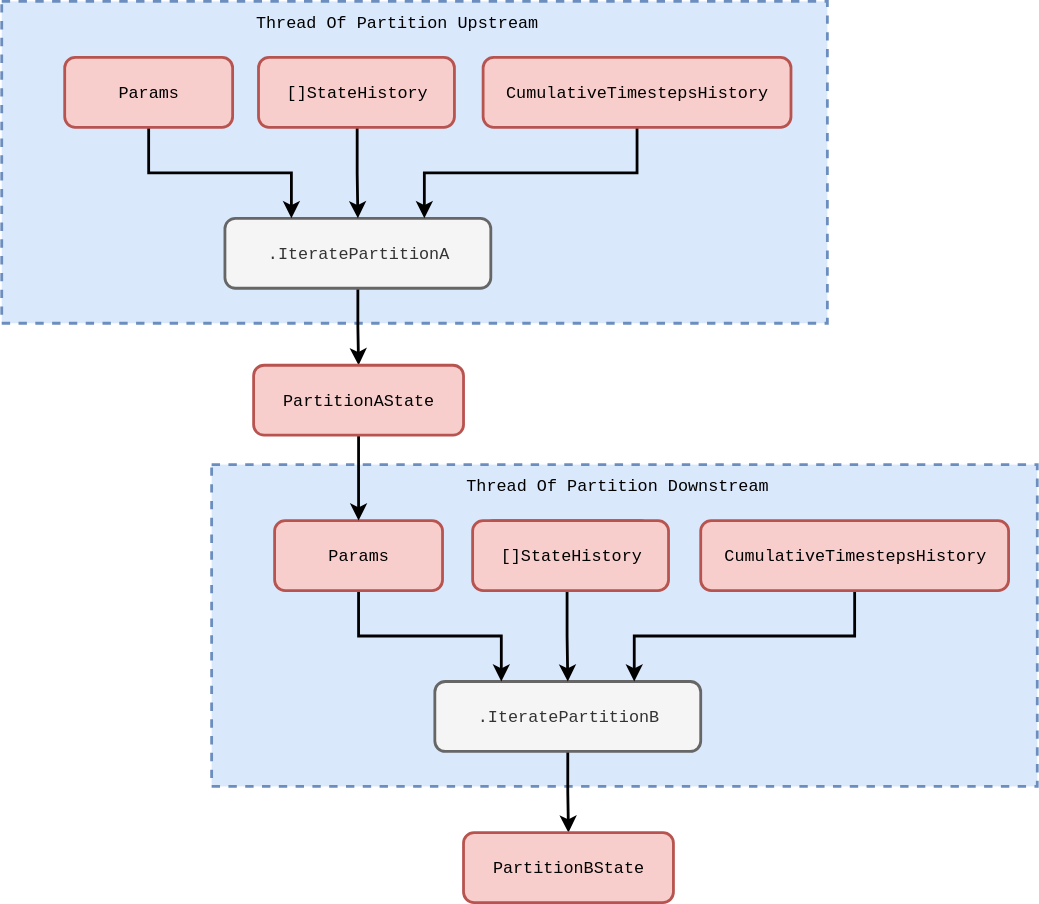
The draw.io diagram assets/diagramming_the_stochadex_project/stochadex-parallel-serial.svg in umbralcalc/umbralcalc.github.io, before a commit. Source tidied: cells renumbered, new cells last; positions are measured from the earlier drawing's top-left corner, leaving out a move shared by most shapes.
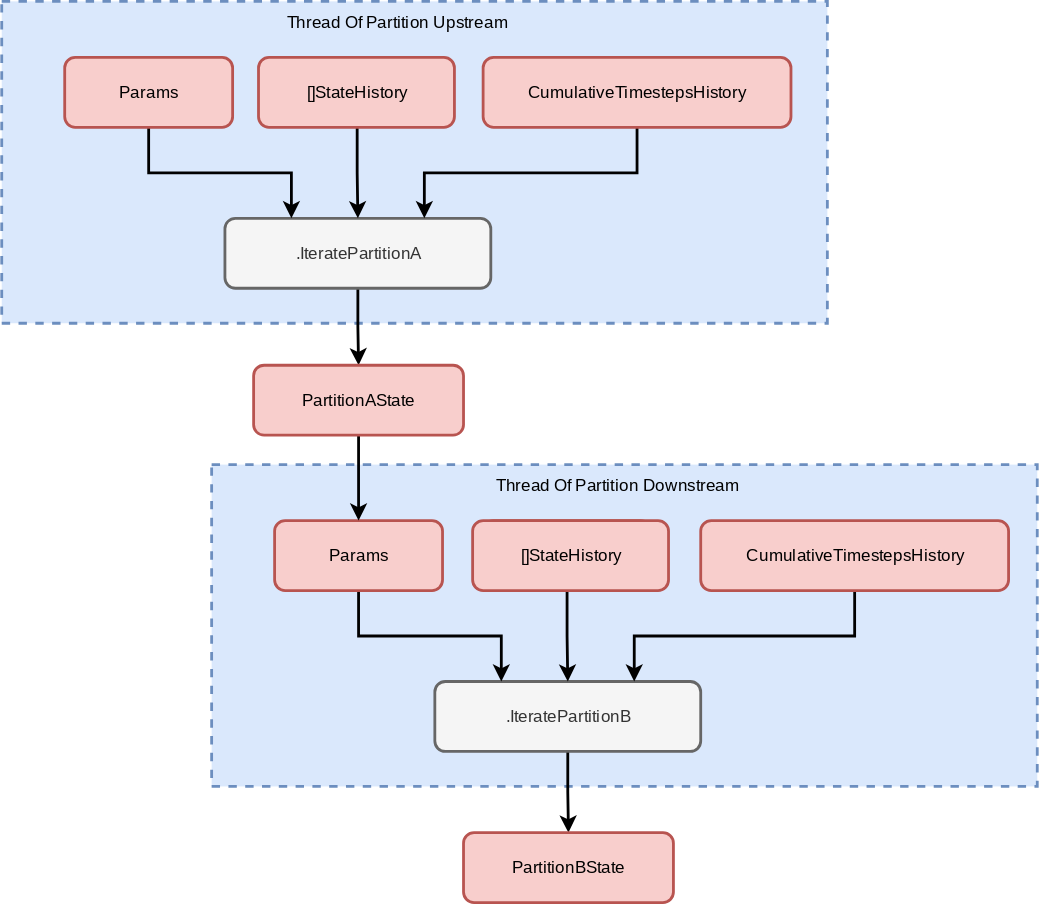
Above is the later version.

What changed in the source:
```diff
@@ -2,78 +2,78 @@
   <root>
     <mxCell id="0" />
     <mxCell id="1" parent="0" />
-    <mxCell id="2" style="rounded=0;whiteSpace=wrap;html=1;dashed=1;strokeWidth=2;fillColor=#dae8fc;strokeColor=#6c8ebf;" parent="1" vertex="1">
+    <mxCell id="2" style="rounded=0;whiteSpace=wrap;html=1;dashed=1;strokeWidth=2;fillColor=#dae8fc;strokeColor=#6c8ebf;fontFamily=Cousine;fontSource=https%3A%2F%2Ffonts.googleapis.com%2Fcss2%3Ffamily%3DCourier%2BPrime%3Aital%2Cwght%400%2C400%3B0%2C700%3B1%2C400%3B1%2C700%26family%3DCousine%3Aital%2Cwght%400%2C400%3B0%2C700%3B1%2C400%3B1%2C700%26family%3DShadows%2BInto%2BLight%26display%3Dswap;" parent="1" vertex="1">
       <mxGeometry x="150" y="331" width="590" height="230" as="geometry" />
     </mxCell>
-    <mxCell id="3" style="edgeStyle=orthogonalEdgeStyle;rounded=0;jettySize=auto;html=1;strokeWidth=2;" parent="1" edge="1" source="4" target="8">
+    <mxCell id="3" style="edgeStyle=orthogonalEdgeStyle;rounded=0;jettySize=auto;html=1;strokeWidth=2;fontFamily=Cousine;fontSource=https%3A%2F%2Ffonts.googleapis.com%2Fcss2%3Ffamily%3DCourier%2BPrime%3Aital%2Cwght%400%2C400%3B0%2C700%3B1%2C400%3B1%2C700%26family%3DCousine%3Aital%2Cwght%400%2C400%3B0%2C700%3B1%2C400%3B1%2C700%26family%3DShadows%2BInto%2BLight%26display%3Dswap;" parent="1" edge="1" source="4" target="8">
       <mxGeometry relative="1" as="geometry" />
     </mxCell>
-    <mxCell id="4" value="&lt;font face=&quot;Courier New&quot;&gt;.IteratePartitionB&lt;/font&gt;" style="rounded=1;whiteSpace=wrap;html=1;strokeWidth=2;fillColor=#f5f5f5;fontColor=#333333;strokeColor=#666666;" parent="1" vertex="1">
+    <mxCell id="4" value="&lt;font&gt;.IteratePartitionB&lt;/font&gt;" style="rounded=1;whiteSpace=wrap;html=1;strokeWidth=2;fillColor=#f5f5f5;fontColor=#333333;strokeColor=#666666;fontFamily=Cousine;fontSource=https%3A%2F%2Ffonts.googleapis.com%2Fcss2%3Ffamily%3DCourier%2BPrime%3Aital%2Cwght%400%2C400%3B0%2C700%3B1%2C400%3B1%2C700%26family%3DCousine%3Aital%2Cwght%400%2C400%3B0%2C700%3B1%2C400%3B1%2C700%26family%3DShadows%2BInto%2BLight%26display%3Dswap;" parent="1" vertex="1">
       <mxGeometry x="309.5" y="486" width="190" height="50" as="geometry" />
     </mxCell>
-    <mxCell id="5" style="edgeStyle=orthogonalEdgeStyle;rounded=0;jettySize=auto;html=1;entryX=0.25;entryY=0;entryDx=0;entryDy=0;strokeWidth=2;" parent="1" edge="1" source="6" target="4">
+    <mxCell id="5" style="edgeStyle=orthogonalEdgeStyle;rounded=0;jettySize=auto;html=1;entryX=0.25;entryY=0;entryDx=0;entryDy=0;strokeWidth=2;fontFamily=Cousine;fontSource=https%3A%2F%2Ffonts.googleapis.com%2Fcss2%3Ffamily%3DCourier%2BPrime%3Aital%2Cwght%400%2C400%3B0%2C700%3B1%2C400%3B1%2C700%26family%3DCousine%3Aital%2Cwght%400%2C400%3B0%2C700%3B1%2C400%3B1%2C700%26family%3DShadows%2BInto%2BLight%26display%3Dswap;" parent="1" edge="1" source="6" target="4">
       <mxGeometry relative="1" as="geometry" />
     </mxCell>
-    <mxCell id="6" value="&lt;font face=&quot;Courier New&quot;&gt;Params&lt;/font&gt;" style="rounded=1;whiteSpace=wrap;html=1;strokeWidth=2;fillColor=#f8cecc;strokeColor=#b85450;" parent="1" vertex="1">
+    <mxCell id="6" value="&lt;font&gt;Params&lt;/font&gt;" style="rounded=1;whiteSpace=wrap;html=1;strokeWidth=2;fillColor=#f8cecc;strokeColor=#b85450;fontFamily=Cousine;fontSource=https%3A%2F%2Ffonts.googleapis.com%2Fcss2%3Ffamily%3DCourier%2BPrime%3Aital%2Cwght%400%2C400%3B0%2C700%3B1%2C400%3B1%2C700%26family%3DCousine%3Aital%2Cwght%400%2C400%3B0%2C700%3B1%2C400%3B1%2C700%26family%3DShadows%2BInto%2BLight%26display%3Dswap;" parent="1" vertex="1">
       <mxGeometry x="195" y="371" width="120" height="50" as="geometry" />
     </mxCell>
-    <mxCell id="7" style="edgeStyle=orthogonalEdgeStyle;rounded=0;jettySize=auto;html=1;strokeWidth=2;exitX=0.5;exitY=1;exitDx=0;exitDy=0;" parent="1" edge="1" source="17" target="6">
+    <mxCell id="7" style="edgeStyle=orthogonalEdgeStyle;rounded=0;jettySize=auto;html=1;strokeWidth=2;exitX=0.5;exitY=1;exitDx=0;exitDy=0;fontFamily=Cousine;fontSource=https%3A%2F%2Ffonts.googleapis.com%2Fcss2%3Ffamily%3DCourier%2BPrime%3Aital%2Cwght%400%2C400%3B0%2C700%3B1%2C400%3B1%2C700%26family%3DCousine%3Aital%2Cwght%400%2C400%3B0%2C700%3B1%2C400%3B1%2C700%26family%3DShadows%2BInto%2BLight%26display%3Dswap;" parent="1" edge="1" source="17" target="6">
       <mxGeometry relative="1" as="geometry" />
     </mxCell>
-    <mxCell id="8" value="&lt;font face=&quot;Courier New&quot;&gt;PartitionBState&lt;/font&gt;" style="rounded=1;whiteSpace=wrap;html=1;strokeWidth=2;fillColor=#f8cecc;strokeColor=#b85450;" parent="1" vertex="1">
+    <mxCell id="8" value="&lt;font&gt;PartitionBState&lt;/font&gt;" style="rounded=1;whiteSpace=wrap;html=1;strokeWidth=2;fillColor=#f8cecc;strokeColor=#b85450;fontFamily=Cousine;fontSource=https%3A%2F%2Ffonts.googleapis.com%2Fcss2%3Ffamily%3DCourier%2BPrime%3Aital%2Cwght%400%2C400%3B0%2C700%3B1%2C400%3B1%2C700%26family%3DCousine%3Aital%2Cwght%400%2C400%3B0%2C700%3B1%2C400%3B1%2C700%26family%3DShadows%2BInto%2BLight%26display%3Dswap;" parent="1" vertex="1">
       <mxGeometry x="330" y="594" width="150" height="50" as="geometry" />
     </mxCell>
-    <mxCell id="9" style="edgeStyle=orthogonalEdgeStyle;rounded=0;jettySize=auto;html=1;entryX=0.5;entryY=0;entryDx=0;entryDy=0;strokeWidth=2;" parent="1" edge="1" source="10" target="4">
+    <mxCell id="9" style="edgeStyle=orthogonalEdgeStyle;rounded=0;jettySize=auto;html=1;entryX=0.5;entryY=0;entryDx=0;entryDy=0;strokeWidth=2;fontFamily=Cousine;fontSource=https%3A%2F%2Ffonts.googleapis.com%2Fcss2%3Ffamily%3DCourier%2BPrime%3Aital%2Cwght%400%2C400%3B0%2C700%3B1%2C400%3B1%2C700%26family%3DCousine%3Aital%2Cwght%400%2C400%3B0%2C700%3B1%2C400%3B1%2C700%26family%3DShadows%2BInto%2BLight%26display%3Dswap;" parent="1" edge="1" source="10" target="4">
       <mxGeometry relative="1" as="geometry" />
     </mxCell>
-    <mxCell id="10" value="&lt;font face=&quot;Courier New&quot;&gt;StateHistory&lt;/font&gt;" style="rounded=1;whiteSpace=wrap;html=1;strokeWidth=2;fillColor=#f8cecc;strokeColor=#b85450;" parent="1" vertex="1">
+    <mxCell id="10" value="&lt;font&gt;StateHistory&lt;/font&gt;" style="rounded=1;whiteSpace=wrap;html=1;strokeWidth=2;fillColor=#f8cecc;strokeColor=#b85450;fontFamily=Cousine;fontSource=https%3A%2F%2Ffonts.googleapis.com%2Fcss2%3Ffamily%3DCourier%2BPrime%3Aital%2Cwght%400%2C400%3B0%2C700%3B1%2C400%3B1%2C700%26family%3DCousine%3Aital%2Cwght%400%2C400%3B0%2C700%3B1%2C400%3B1%2C700%26family%3DShadows%2BInto%2BLight%26display%3Dswap;" parent="1" vertex="1">
       <mxGeometry x="344" y="371" width="120" height="50" as="geometry" />
     </mxCell>
-    <mxCell id="11" style="edgeStyle=orthogonalEdgeStyle;rounded=0;jettySize=auto;html=1;entryX=0.75;entryY=0;entryDx=0;entryDy=0;strokeWidth=2;exitX=0.5;exitY=1;exitDx=0;exitDy=0;" parent="1" edge="1" source="24" target="4">
+    <mxCell id="11" style="edgeStyle=orthogonalEdgeStyle;rounded=0;jettySize=auto;html=1;entryX=0.75;entryY=0;entryDx=0;entryDy=0;strokeWidth=2;exitX=0.5;exitY=1;exitDx=0;exitDy=0;fontFamily=Cousine;fontSource=https%3A%2F%2Ffonts.googleapis.com%2Fcss2%3Ffamily%3DCourier%2BPrime%3Aital%2Cwght%400%2C400%3B0%2C700%3B1%2C400%3B1%2C700%26family%3DCousine%3Aital%2Cwght%400%2C400%3B0%2C700%3B1%2C400%3B1%2C700%26family%3DShadows%2BInto%2BLight%26display%3Dswap;" parent="1" edge="1" source="24" target="4">
       <mxGeometry relative="1" as="geometry" />
     </mxCell>
-    <mxCell id="12" style="rounded=0;whiteSpace=wrap;html=1;dashed=1;strokeWidth=2;fillColor=#dae8fc;strokeColor=#6c8ebf;" parent="1" vertex="1">
+    <mxCell id="12" style="rounded=0;whiteSpace=wrap;html=1;dashed=1;strokeWidth=2;fillColor=#dae8fc;strokeColor=#6c8ebf;fontFamily=Cousine;fontSource=https%3A%2F%2Ffonts.googleapis.com%2Fcss2%3Ffamily%3DCourier%2BPrime%3Aital%2Cwght%400%2C400%3B0%2C700%3B1%2C400%3B1%2C700%26family%3DCousine%3Aital%2Cwght%400%2C400%3B0%2C700%3B1%2C400%3B1%2C700%26family%3DShadows%2BInto%2BLight%26display%3Dswap;" parent="1" vertex="1">
       <mxGeometry width="590" height="230" as="geometry" />
     </mxCell>
-    <mxCell id="13" style="edgeStyle=orthogonalEdgeStyle;rounded=0;jettySize=auto;html=1;entryX=0.5;entryY=0;entryDx=0;entryDy=0;strokeWidth=2;" parent="1" edge="1" source="14" target="17">
+    <mxCell id="13" style="edgeStyle=orthogonalEdgeStyle;rounded=0;jettySize=auto;html=1;entryX=0.5;entryY=0;entryDx=0;entryDy=0;strokeWidth=2;fontFamily=Cousine;fontSource=https%3A%2F%2Ffonts.googleapis.com%2Fcss2%3Ffamily%3DCourier%2BPrime%3Aital%2Cwght%400%2C400%3B0%2C700%3B1%2C400%3B1%2C700%26family%3DCousine%3Aital%2Cwght%400%2C400%3B0%2C700%3B1%2C400%3B1%2C700%26family%3DShadows%2BInto%2BLight%26display%3Dswap;" parent="1" edge="1" source="14" target="17">
       <mxGeometry relative="1" as="geometry" />
     </mxCell>
-    <mxCell id="14" value="&lt;font face=&quot;Courier New&quot;&gt;.IteratePartitionA&lt;/font&gt;" style="rounded=1;whiteSpace=wrap;html=1;strokeWidth=2;fillColor=#f5f5f5;fontColor=#333333;strokeColor=#666666;" parent="1" vertex="1">
+    <mxCell id="14" value="&lt;font&gt;.IteratePartitionA&lt;/font&gt;" style="rounded=1;whiteSpace=wrap;html=1;strokeWidth=2;fillColor=#f5f5f5;fontColor=#333333;strokeColor=#666666;fontFamily=Cousine;fontSource=https%3A%2F%2Ffonts.googleapis.com%2Fcss2%3Ffamily%3DCourier%2BPrime%3Aital%2Cwght%400%2C400%3B0%2C700%3B1%2C400%3B1%2C700%26family%3DCousine%3Aital%2Cwght%400%2C400%3B0%2C700%3B1%2C400%3B1%2C700%26family%3DShadows%2BInto%2BLight%26display%3Dswap;" parent="1" vertex="1">
       <mxGeometry x="159.5" y="155" width="190" height="50" as="geometry" />
     </mxCell>
-    <mxCell id="15" style="edgeStyle=orthogonalEdgeStyle;rounded=0;jettySize=auto;html=1;entryX=0.25;entryY=0;entryDx=0;entryDy=0;strokeWidth=2;" parent="1" edge="1" source="16" target="14">
+    <mxCell id="15" style="edgeStyle=orthogonalEdgeStyle;rounded=0;jettySize=auto;html=1;entryX=0.25;entryY=0;entryDx=0;entryDy=0;strokeWidth=2;fontFamily=Cousine;fontSource=https%3A%2F%2Ffonts.googleapis.com%2Fcss2%3Ffamily%3DCourier%2BPrime%3Aital%2Cwght%400%2C400%3B0%2C700%3B1%2C400%3B1%2C700%26family%3DCousine%3Aital%2Cwght%400%2C400%3B0%2C700%3B1%2C400%3B1%2C700%26family%3DShadows%2BInto%2BLight%26display%3Dswap;" parent="1" edge="1" source="16" target="14">
       <mxGeometry relative="1" as="geometry" />
     </mxCell>
-    <mxCell id="16" value="&lt;font face=&quot;Courier New&quot;&gt;Params&lt;/font&gt;" style="rounded=1;whiteSpace=wrap;html=1;strokeWidth=2;fillColor=#f8cecc;strokeColor=#b85450;" parent="1" vertex="1">
+    <mxCell id="16" value="&lt;font&gt;Params&lt;/font&gt;" style="rounded=1;whiteSpace=wrap;html=1;strokeWidth=2;fillColor=#f8cecc;strokeColor=#b85450;fontFamily=Cousine;fontSource=https%3A%2F%2Ffonts.googleapis.com%2Fcss2%3Ffamily%3DCourier%2BPrime%3Aital%2Cwght%400%2C400%3B0%2C700%3B1%2C400%3B1%2C700%26family%3DCousine%3Aital%2Cwght%400%2C400%3B0%2C700%3B1%2C400%3B1%2C700%26family%3DShadows%2BInto%2BLight%26display%3Dswap;" parent="1" vertex="1">
       <mxGeometry x="45" y="40" width="120" height="50" as="geometry" />
     </mxCell>
-    <mxCell id="17" value="&lt;font face=&quot;Courier New&quot;&gt;PartitionAState&lt;/font&gt;" style="rounded=1;whiteSpace=wrap;html=1;strokeWidth=2;fillColor=#f8cecc;strokeColor=#b85450;" parent="1" vertex="1">
+    <mxCell id="17" value="&lt;font&gt;PartitionAState&lt;/font&gt;" style="rounded=1;whiteSpace=wrap;html=1;strokeWidth=2;fillColor=#f8cecc;strokeColor=#b85450;fontFamily=Cousine;fontSource=https%3A%2F%2Ffonts.googleapis.com%2Fcss2%3Ffamily%3DCourier%2BPrime%3Aital%2Cwght%400%2C400%3B0%2C700%3B1%2C400%3B1%2C700%26family%3DCousine%3Aital%2Cwght%400%2C400%3B0%2C700%3B1%2C400%3B1%2C700%26family%3DShadows%2BInto%2BLight%26display%3Dswap;" parent="1" vertex="1">
       <mxGeometry x="180" y="260" width="150" height="50" as="geometry" />
     </mxCell>
-    <mxCell id="18" style="edgeStyle=orthogonalEdgeStyle;rounded=0;jettySize=auto;html=1;entryX=0.5;entryY=0;entryDx=0;entryDy=0;strokeWidth=2;" parent="1" edge="1" target="14">
+    <mxCell id="18" style="edgeStyle=orthogonalEdgeStyle;rounded=0;jettySize=auto;html=1;entryX=0.5;entryY=0;entryDx=0;entryDy=0;strokeWidth=2;fontFamily=Cousine;fontSource=https%3A%2F%2Ffonts.googleapis.com%2Fcss2%3Ffamily%3DCourier%2BPrime%3Aital%2Cwght%400%2C400%3B0%2C700%3B1%2C400%3B1%2C700%26family%3DCousine%3Aital%2Cwght%400%2C400%3B0%2C700%3B1%2C400%3B1%2C700%26family%3DShadows%2BInto%2BLight%26display%3Dswap;" parent="1" edge="1" target="14">
       <mxGeometry relative="1" as="geometry">
         <mxPoint x="254" y="90" as="sourcePoint" />
       </mxGeometry>
     </mxCell>
-    <mxCell id="19" style="edgeStyle=orthogonalEdgeStyle;rounded=0;jettySize=auto;html=1;entryX=0.75;entryY=0;entryDx=0;entryDy=0;strokeWidth=2;exitX=0.5;exitY=1;exitDx=0;exitDy=0;" parent="1" edge="1" source="22" target="14">
+    <mxCell id="19" style="edgeStyle=orthogonalEdgeStyle;rounded=0;jettySize=auto;html=1;entryX=0.75;entryY=0;entryDx=0;entryDy=0;strokeWidth=2;exitX=0.5;exitY=1;exitDx=0;exitDy=0;fontFamily=Cousine;fontSource=https%3A%2F%2Ffonts.googleapis.com%2Fcss2%3Ffamily%3DCourier%2BPrime%3Aital%2Cwght%400%2C400%3B0%2C700%3B1%2C400%3B1%2C700%26family%3DCousine%3Aital%2Cwght%400%2C400%3B0%2C700%3B1%2C400%3B1%2C700%26family%3DShadows%2BInto%2BLight%26display%3Dswap;" parent="1" edge="1" source="22" target="14">
       <mxGeometry relative="1" as="geometry" />
     </mxCell>
-    <mxCell id="20" value="&lt;font face=&quot;Courier New&quot;&gt;Thread Of Partition Upstream&lt;/font&gt;" style="text;html=1;strokeColor=none;fillColor=none;align=center;verticalAlign=middle;whiteSpace=wrap;rounded=0;" parent="1" vertex="1">
+    <mxCell id="20" value="&lt;font&gt;Thread Of Partition Upstream&lt;/font&gt;" style="text;html=1;strokeColor=none;fillColor=none;align=center;verticalAlign=middle;whiteSpace=wrap;rounded=0;fontFamily=Cousine;fontSource=https%3A%2F%2Ffonts.googleapis.com%2Fcss2%3Ffamily%3DCourier%2BPrime%3Aital%2Cwght%400%2C400%3B0%2C700%3B1%2C400%3B1%2C700%26family%3DCousine%3Aital%2Cwght%400%2C400%3B0%2C700%3B1%2C400%3B1%2C700%26family%3DShadows%2BInto%2BLight%26display%3Dswap;" parent="1" vertex="1">
       <mxGeometry x="173.5" width="216.5" height="30" as="geometry" />
     </mxCell>
-    <mxCell id="21" value="&lt;font face=&quot;Courier New&quot;&gt;Thread Of Partition Downstream&lt;/font&gt;" style="text;html=1;strokeColor=none;fillColor=none;align=center;verticalAlign=middle;whiteSpace=wrap;rounded=0;" parent="1" vertex="1">
+    <mxCell id="21" value="&lt;font&gt;Thread Of Partition Downstream&lt;/font&gt;" style="text;html=1;strokeColor=none;fillColor=none;align=center;verticalAlign=middle;whiteSpace=wrap;rounded=0;fontFamily=Cousine;fontSource=https%3A%2F%2Ffonts.googleapis.com%2Fcss2%3Ffamily%3DCourier%2BPrime%3Aital%2Cwght%400%2C400%3B0%2C700%3B1%2C400%3B1%2C700%26family%3DCousine%3Aital%2Cwght%400%2C400%3B0%2C700%3B1%2C400%3B1%2C700%26family%3DShadows%2BInto%2BLight%26display%3Dswap;" parent="1" vertex="1">
       <mxGeometry x="320" y="331" width="240" height="30" as="geometry" />
     </mxCell>
-    <mxCell id="22" value="&lt;font face=&quot;Courier New&quot;&gt;CumulativeTimestepsHistory&lt;/font&gt;" style="rounded=1;whiteSpace=wrap;html=1;strokeWidth=2;fillColor=#f8cecc;strokeColor=#b85450;" parent="1" vertex="1">
+    <mxCell id="22" value="&lt;font&gt;CumulativeTimestepsHistory&lt;/font&gt;" style="rounded=1;whiteSpace=wrap;html=1;strokeWidth=2;fillColor=#f8cecc;strokeColor=#b85450;fontFamily=Cousine;fontSource=https%3A%2F%2Ffonts.googleapis.com%2Fcss2%3Ffamily%3DCourier%2BPrime%3Aital%2Cwght%400%2C400%3B0%2C700%3B1%2C400%3B1%2C700%26family%3DCousine%3Aital%2Cwght%400%2C400%3B0%2C700%3B1%2C400%3B1%2C700%26family%3DShadows%2BInto%2BLight%26display%3Dswap;" parent="1" vertex="1">
       <mxGeometry x="344" y="40" width="220" height="50" as="geometry" />
     </mxCell>
-    <mxCell id="23" value="&lt;font face=&quot;Courier New&quot;&gt;[]StateHistory&lt;/font&gt;" style="rounded=1;whiteSpace=wrap;html=1;strokeWidth=2;fillColor=#f8cecc;strokeColor=#b85450;" parent="1" vertex="1">
+    <mxCell id="23" value="&lt;font&gt;[]StateHistory&lt;/font&gt;" style="rounded=1;whiteSpace=wrap;html=1;strokeWidth=2;fillColor=#f8cecc;strokeColor=#b85450;fontFamily=Cousine;fontSource=https%3A%2F%2Ffonts.googleapis.com%2Fcss2%3Ffamily%3DCourier%2BPrime%3Aital%2Cwght%400%2C400%3B0%2C700%3B1%2C400%3B1%2C700%26family%3DCousine%3Aital%2Cwght%400%2C400%3B0%2C700%3B1%2C400%3B1%2C700%26family%3DShadows%2BInto%2BLight%26display%3Dswap;" parent="1" vertex="1">
       <mxGeometry x="183.5" y="40" width="140" height="50" as="geometry" />
     </mxCell>
-    <mxCell id="24" value="&lt;font face=&quot;Courier New&quot;&gt;CumulativeTimestepsHistory&lt;/font&gt;" style="rounded=1;whiteSpace=wrap;html=1;strokeWidth=2;fillColor=#f8cecc;strokeColor=#b85450;" parent="1" vertex="1">
+    <mxCell id="24" value="&lt;font&gt;CumulativeTimestepsHistory&lt;/font&gt;" style="rounded=1;whiteSpace=wrap;html=1;strokeWidth=2;fillColor=#f8cecc;strokeColor=#b85450;fontFamily=Cousine;fontSource=https%3A%2F%2Ffonts.googleapis.com%2Fcss2%3Ffamily%3DCourier%2BPrime%3Aital%2Cwght%400%2C400%3B0%2C700%3B1%2C400%3B1%2C700%26family%3DCousine%3Aital%2Cwght%400%2C400%3B0%2C700%3B1%2C400%3B1%2C700%26family%3DShadows%2BInto%2BLight%26display%3Dswap;" parent="1" vertex="1">
       <mxGeometry x="499.5" y="371" width="220" height="50" as="geometry" />
     </mxCell>
-    <mxCell id="25" value="&lt;font face=&quot;Courier New&quot;&gt;[]StateHistory&lt;/font&gt;" style="rounded=1;whiteSpace=wrap;html=1;strokeWidth=2;fillColor=#f8cecc;strokeColor=#b85450;" parent="1" vertex="1">
+    <mxCell id="25" value="&lt;font&gt;[]StateHistory&lt;/font&gt;" style="rounded=1;whiteSpace=wrap;html=1;strokeWidth=2;fillColor=#f8cecc;strokeColor=#b85450;fontFamily=Cousine;fontSource=https%3A%2F%2Ffonts.googleapis.com%2Fcss2%3Ffamily%3DCourier%2BPrime%3Aital%2Cwght%400%2C400%3B0%2C700%3B1%2C400%3B1%2C700%26family%3DCousine%3Aital%2Cwght%400%2C400%3B0%2C700%3B1%2C400%3B1%2C700%26family%3DShadows%2BInto%2BLight%26display%3Dswap;" parent="1" vertex="1">
       <mxGeometry x="336.5" y="371" width="140" height="50" as="geometry" />
     </mxCell>
   </root>
```
